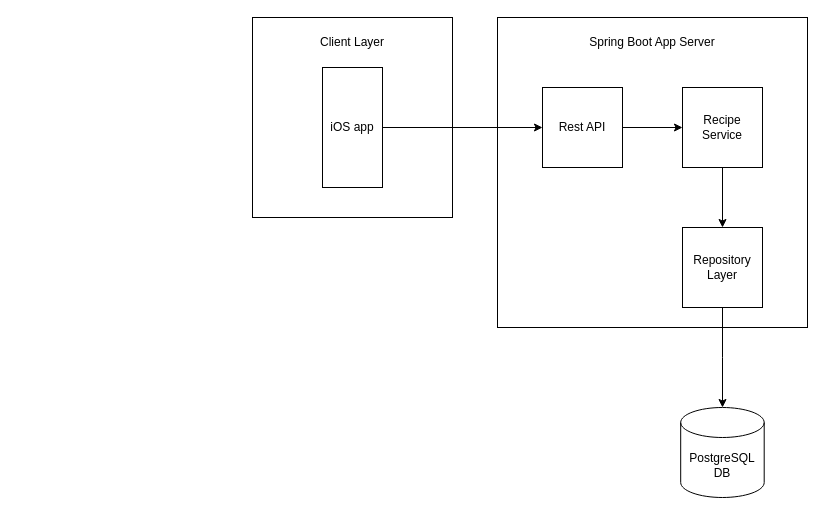
gmhill/recipe-service keeps this draw.io diagram as page "System Diagram" (1 of 2) of System Design.drawio. Above is the earlier version. Source tidied: cells renumbered, new cells numbered last; positions are measured from the earlier drawing's top-left corner, leaving out a move shared by most shapes. Both pictures are drawn from the tidied source at 100%, with x=0, y=0 at pixel (252, 17).
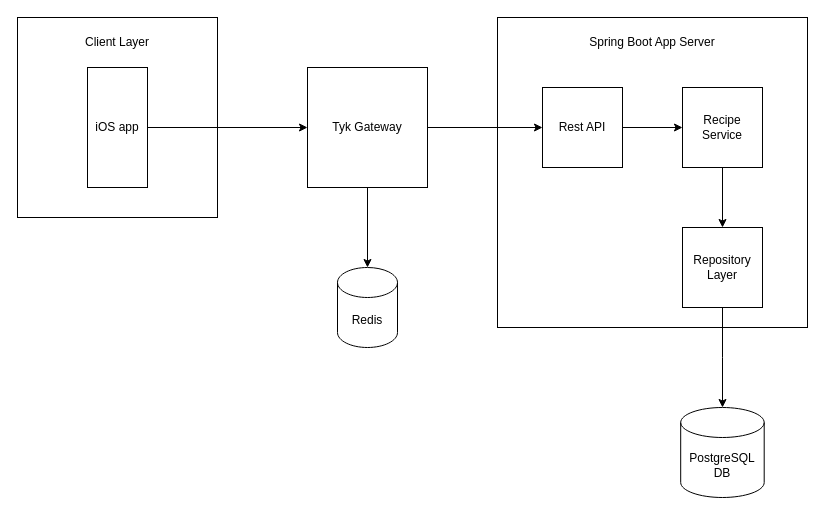
The same page after the edit.

Commit message:
Add Tyk gateway to system design

What changed in the source:
```diff
@@
 <mxGraphModel>
   <root>
     <mxCell id="0" />
     <mxCell id="1" parent="0" />
     <mxCell id="2" style="whiteSpace=wrap;html=1;" parent="1" vertex="1">
-      <mxGeometry width="200" height="200" as="geometry" />
+      <mxGeometry x="-235" width="200" height="200" as="geometry" />
     </mxCell>
     <mxCell id="3" style="whiteSpace=wrap;html=1;" parent="1" vertex="1">
       <mxGeometry x="245" width="310" height="310" as="geometry" />
     </mxCell>
     <mxCell id="4" style="edgeStyle=orthogonalEdgeStyle;rounded=0;jettySize=auto;html=1;" parent="1" edge="1" source="5" target="13">
       <mxGeometry relative="1" as="geometry" />
     </mxCell>
     <mxCell id="5" value="Recipe Service" style="whiteSpace=wrap;html=1;" parent="1" vertex="1">
       <mxGeometry x="430" y="70" width="80" height="80" as="geometry" />
     </mxCell>
     <mxCell id="6" style="edgeStyle=orthogonalEdgeStyle;rounded=0;jettySize=auto;html=1;" parent="1" edge="1" source="7" target="5">
       <mxGeometry relative="1" as="geometry" />
     </mxCell>
     <mxCell id="7" value="Rest API" style="whiteSpace=wrap;html=1;" parent="1" vertex="1">
       <mxGeometry x="290" y="70" width="80" height="80" as="geometry" />
     </mxCell>
-    <mxCell id="8" style="edgeStyle=orthogonalEdgeStyle;rounded=0;jettySize=auto;html=1;" parent="1" edge="1" source="9" target="7">
+    <mxCell id="8" style="edgeStyle=orthogonalEdgeStyle;rounded=0;jettySize=auto;html=1;" parent="1" edge="1" source="9" target="16">
       <mxGeometry relative="1" as="geometry" />
     </mxCell>
     <mxCell id="9" value="iOS app" style="rounded=0;whiteSpace=wrap;html=1;direction=south;" parent="1" vertex="1">
-      <mxGeometry x="70" y="50" width="60" height="120" as="geometry" />
+      <mxGeometry x="-165" y="50" width="60" height="120" as="geometry" />
     </mxCell>
     <mxCell id="10" value="&lt;div&gt;PostgreSQL DB&lt;/div&gt;" style="shape=cylinder3;whiteSpace=wrap;html=1;boundedLbl=1;backgroundOutline=1;size=15;" parent="1" vertex="1">
       <mxGeometry x="428.2" y="390" width="83.5" height="90" as="geometry" />
     </mxCell>
     <mxCell id="11" value="Spring Boot App Server" style="text;html=1;align=center;verticalAlign=middle;whiteSpace=wrap;rounded=0;" parent="1" vertex="1">
       <mxGeometry x="305" y="10" width="190" height="30" as="geometry" />
     </mxCell>
     <mxCell id="12" style="edgeStyle=orthogonalEdgeStyle;rounded=0;jettySize=auto;html=1;" parent="1" edge="1" source="13" target="10">
       <mxGeometry relative="1" as="geometry" />
     </mxCell>
     <mxCell id="13" value="Repository Layer" style="whiteSpace=wrap;html=1;" parent="1" vertex="1">
       <mxGeometry x="430" y="210" width="80" height="80" as="geometry" />
     </mxCell>
     <mxCell id="14" value="Client Layer" style="text;html=1;align=center;verticalAlign=middle;whiteSpace=wrap;rounded=0;" parent="1" vertex="1">
-      <mxGeometry x="50" y="10" width="100" height="30" as="geometry" />
+      <mxGeometry x="-185" y="10" width="100" height="30" as="geometry" />
     </mxCell>
+    <mxCell id="15" style="edgeStyle=orthogonalEdgeStyle;rounded=0;jettySize=auto;html=1;entryX=0;entryY=0.5;entryDx=0;entryDy=0;" parent="1" edge="1" source="16" target="7">
+      <mxGeometry relative="1" as="geometry" />
+    </mxCell>
+    <mxCell id="16" value="Tyk Gateway" style="whiteSpace=wrap;html=1;" parent="1" vertex="1">
+      <mxGeometry x="55" y="50" width="120" height="120" as="geometry" />
+    </mxCell>
+    <mxCell id="17" value="Redis" style="shape=cylinder3;whiteSpace=wrap;html=1;boundedLbl=1;backgroundOutline=1;size=15;" parent="1" vertex="1">
+      <mxGeometry x="85" y="250" width="60" height="80" as="geometry" />
+    </mxCell>
+    <mxCell id="18" style="edgeStyle=orthogonalEdgeStyle;rounded=0;jettySize=auto;html=1;entryX=0.5;entryY=0;entryDx=0;entryDy=0;entryPerimeter=0;" parent="1" edge="1" source="16" target="17">
+      <mxGeometry relative="1" as="geometry" />
+    </mxCell>
   </root>
 </mxGraphModel>
```
